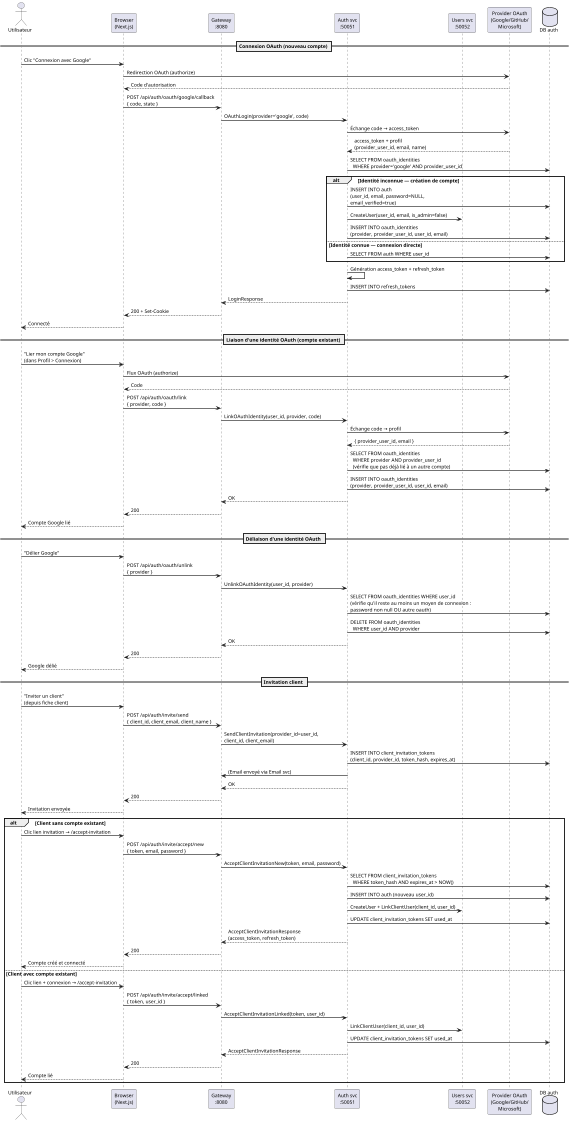
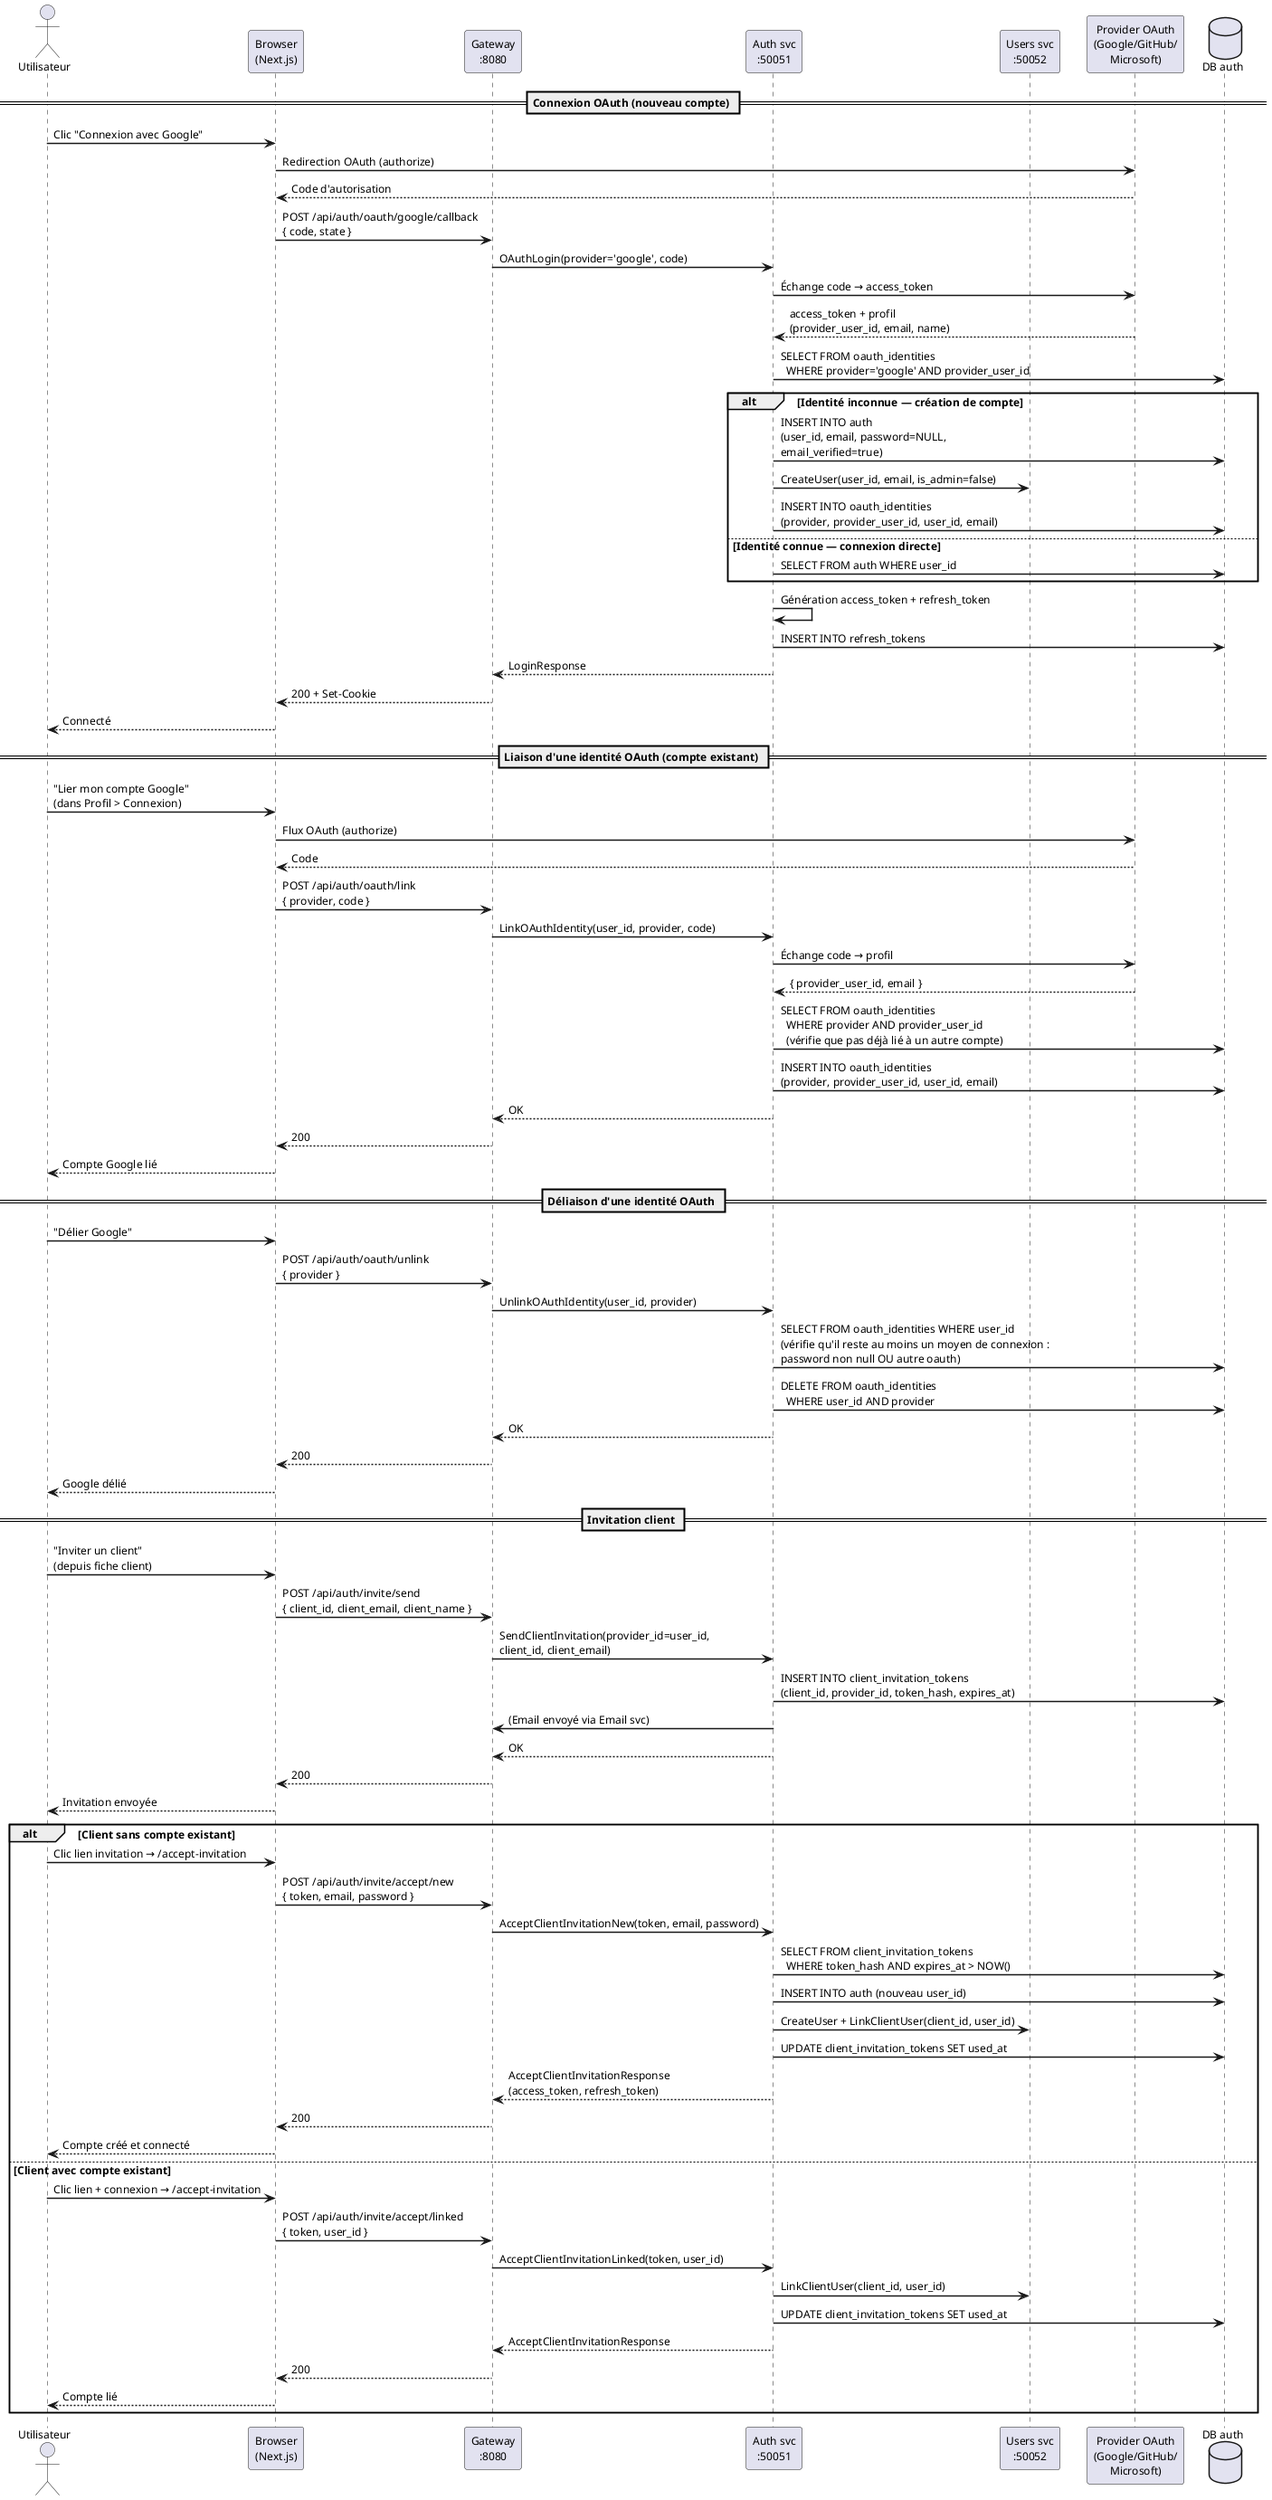
@startuml auth-oauth
' Service : Auth — OAuth et invitation client
' Date : 2026-06-27

skinparam sequenceArrowThickness 1.5
skinparam participantPadding 10

' Mise en page A4 portrait
- scale max 794*1122
+ scale max 2480*3508
skinparam defaultFontSize 12

actor "Utilisateur" as User
participant "Browser\n(Next.js)" as Browser
participant "Gateway\n:8080" as GW
participant "Auth svc\n:50051" as AUTH
participant "Users svc\n:50052" as USERS
participant "Provider OAuth\n(Google/GitHub/\nMicrosoft)" as OAUTH
database "DB auth" as DBA

== Connexion OAuth (nouveau compte) ==

User -> Browser : Clic "Connexion avec Google"
Browser -> OAUTH : Redirection OAuth (authorize)
OAUTH --> Browser : Code d'autorisation
Browser -> GW : POST /api/auth/oauth/google/callback\n{ code, state }
GW -> AUTH : OAuthLogin(provider='google', code)

AUTH -> OAUTH : Échange code → access_token
OAUTH --> AUTH : access_token + profil\n(provider_user_id, email, name)

AUTH -> DBA : SELECT FROM oauth_identities\n  WHERE provider='google' AND provider_user_id
alt Identité inconnue — création de compte
  AUTH -> DBA : INSERT INTO auth\n(user_id, email, password=NULL,\nemail_verified=true)
  AUTH -> USERS : CreateUser(user_id, email, is_admin=false)
  AUTH -> DBA : INSERT INTO oauth_identities\n(provider, provider_user_id, user_id, email)
else Identité connue — connexion directe
  AUTH -> DBA : SELECT FROM auth WHERE user_id
end

AUTH -> AUTH : Génération access_token + refresh_token
AUTH -> DBA : INSERT INTO refresh_tokens
AUTH --> GW : LoginResponse
GW --> Browser : 200 + Set-Cookie
Browser --> User : Connecté

== Liaison d'une identité OAuth (compte existant) ==

User -> Browser : "Lier mon compte Google"\n(dans Profil > Connexion)
Browser -> OAUTH : Flux OAuth (authorize)
OAUTH --> Browser : Code
Browser -> GW : POST /api/auth/oauth/link\n{ provider, code }
GW -> AUTH : LinkOAuthIdentity(user_id, provider, code)

AUTH -> OAUTH : Échange code → profil
OAUTH --> AUTH : { provider_user_id, email }

AUTH -> DBA : SELECT FROM oauth_identities\n  WHERE provider AND provider_user_id\n  (vérifie que pas déjà lié à un autre compte)
AUTH -> DBA : INSERT INTO oauth_identities\n(provider, provider_user_id, user_id, email)
AUTH --> GW : OK
GW --> Browser : 200
Browser --> User : Compte Google lié

== Déliaison d'une identité OAuth ==

User -> Browser : "Délier Google"
Browser -> GW : POST /api/auth/oauth/unlink\n{ provider }
GW -> AUTH : UnlinkOAuthIdentity(user_id, provider)
AUTH -> DBA : SELECT FROM oauth_identities WHERE user_id\n(vérifie qu'il reste au moins un moyen de connexion :\npassword non null OU autre oauth)
AUTH -> DBA : DELETE FROM oauth_identities\n  WHERE user_id AND provider
AUTH --> GW : OK
GW --> Browser : 200
Browser --> User : Google délié

== Invitation client ==

User -> Browser : "Inviter un client"\n(depuis fiche client)
Browser -> GW : POST /api/auth/invite/send\n{ client_id, client_email, client_name }
GW -> AUTH : SendClientInvitation(provider_id=user_id,\nclient_id, client_email)
AUTH -> DBA : INSERT INTO client_invitation_tokens\n(client_id, provider_id, token_hash, expires_at)
AUTH -> GW : (Email envoyé via Email svc)
AUTH --> GW : OK
GW --> Browser : 200
Browser --> User : Invitation envoyée

alt Client sans compte existant
  User -> Browser : Clic lien invitation → /accept-invitation
  Browser -> GW : POST /api/auth/invite/accept/new\n{ token, email, password }
  GW -> AUTH : AcceptClientInvitationNew(token, email, password)
  AUTH -> DBA : SELECT FROM client_invitation_tokens\n  WHERE token_hash AND expires_at > NOW()
  AUTH -> DBA : INSERT INTO auth (nouveau user_id)
  AUTH -> USERS : CreateUser + LinkClientUser(client_id, user_id)
  AUTH -> DBA : UPDATE client_invitation_tokens SET used_at
  AUTH --> GW : AcceptClientInvitationResponse\n(access_token, refresh_token)
  GW --> Browser : 200
  Browser --> User : Compte créé et connecté

else Client avec compte existant
  User -> Browser : Clic lien + connexion → /accept-invitation
  Browser -> GW : POST /api/auth/invite/accept/linked\n{ token, user_id }
  GW -> AUTH : AcceptClientInvitationLinked(token, user_id)
  AUTH -> USERS : LinkClientUser(client_id, user_id)
  AUTH -> DBA : UPDATE client_invitation_tokens SET used_at
  AUTH --> GW : AcceptClientInvitationResponse
  GW --> Browser : 200
  Browser --> User : Compte lié
end

@enduml
